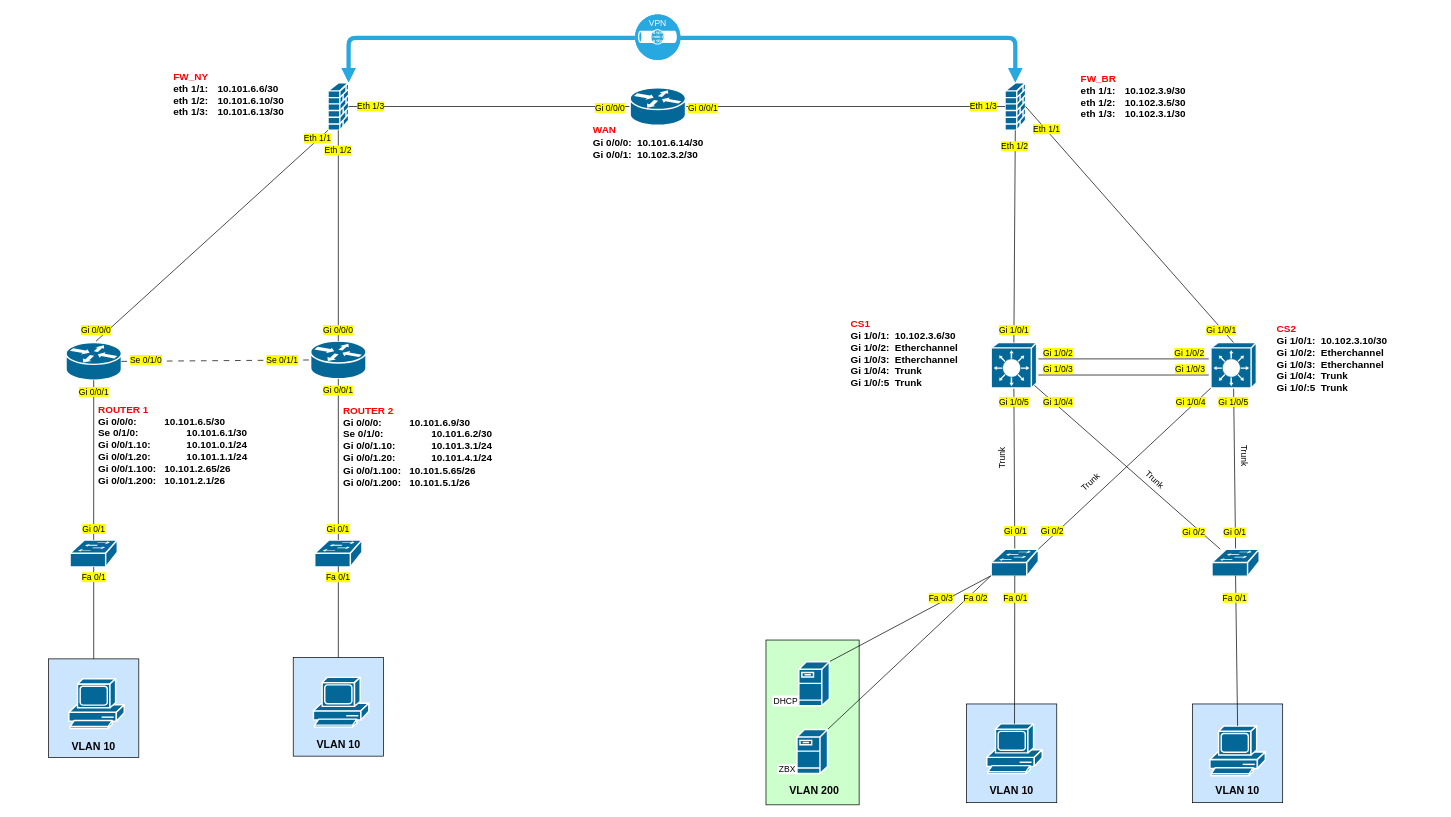
Before: Documentation/logical_topology.drawio in redactes/csn-project-2026, a draw.io diagram. Source tidied: cells renumbered, new cells numbered last; positions are measured from the earlier drawing's top-left corner, leaving out a move shared by most shapes. Both pictures are drawn from the tidied source at 71%, with x=0, y=0 at pixel (44, 12).
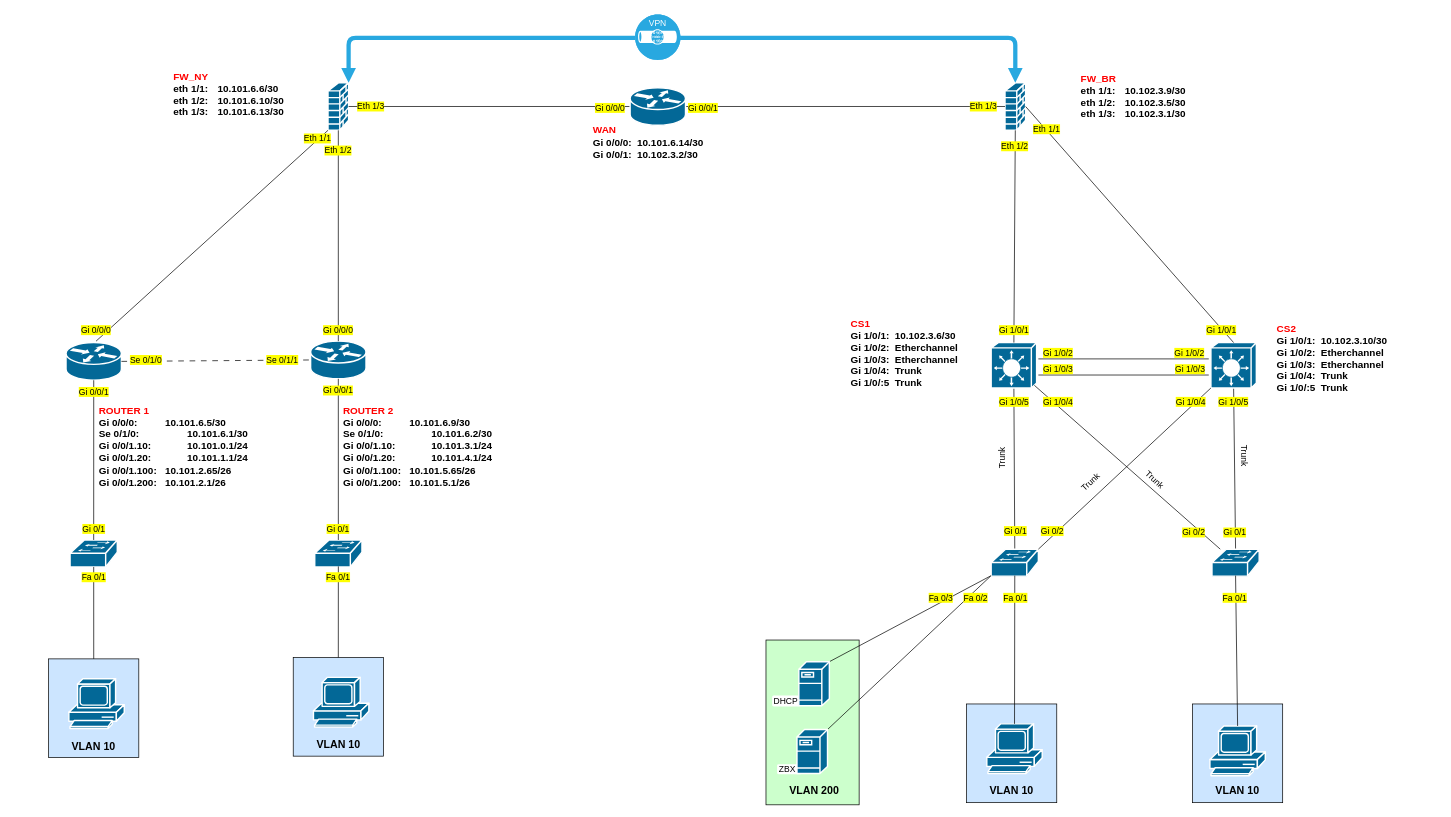
The same page after the edit.

Diff of the diagram source:
```diff
@@
-    <mxCell id="98" value="&lt;div&gt;&lt;font style=&quot;color: rgb(255, 0, 0);&quot;&gt;&lt;span style=&quot;font-size: 14px;&quot;&gt;&lt;b style=&quot;&quot;&gt;ROUTER 1&lt;/b&gt;&lt;/span&gt;&lt;/font&gt;&lt;/div&gt;&lt;font color=&quot;#000000&quot;&gt;&lt;span style=&quot;font-size: 14px;&quot;&gt;&lt;b&gt;Gi 0/0/0:&amp;nbsp;&lt;span style=&quot;white-space: pre;&quot;&gt;&#9;&lt;/span&gt;&lt;span style=&quot;white-space: pre;&quot;&gt;&#9;&lt;/span&gt;&lt;/b&gt;&lt;/span&gt;&lt;/font&gt;&lt;font color=&quot;#000000&quot;&gt;&lt;span style=&quot;font-size: 14px;&quot;&gt;&lt;b&gt;10.101.6.5/30&lt;/b&gt;&lt;/span&gt;&lt;/font&gt;&lt;div&gt;&lt;font color=&quot;#000000&quot;&gt;&lt;span style=&quot;font-size: 14px;&quot;&gt;&lt;b&gt;Se 0/1/0:&amp;nbsp;&lt;span style=&quot;white-space: pre;&quot;&gt;&#9;&lt;/span&gt;&lt;span style=&quot;white-space: pre;&quot;&gt;&#9;&lt;/span&gt;&lt;/b&gt;&lt;/span&gt;&lt;/font&gt;&lt;span style=&quot;background-color: transparent; font-size: 14px;&quot;&gt;&lt;font color=&quot;#000000&quot;&gt;&lt;b&gt;10.101.6.1/30&lt;/b&gt;&lt;/font&gt;&lt;/span&gt;&lt;/div&gt;&lt;div&gt;&lt;font color=&quot;#000000&quot;&gt;&lt;span style=&quot;font-size: 14px;&quot;&gt;&lt;b&gt;Gi 0/0/1.10:&amp;nbsp;&lt;span style=&quot;white-space: pre;&quot;&gt;&#9;&lt;/span&gt;&lt;span style=&quot;white-space: pre;&quot;&gt;&#9;&lt;/span&gt;&lt;/b&gt;&lt;/span&gt;&lt;/font&gt;&lt;span style=&quot;background-color: transparent; font-size: 14px;&quot;&gt;&lt;font color=&quot;#000000&quot;&gt;&lt;b&gt;10.101.0.1/24&lt;/b&gt;&lt;/font&gt;&lt;/span&gt;&lt;/div&gt;&lt;div&gt;&lt;font color=&quot;#000000&quot;&gt;&lt;b style=&quot;font-size: 14px;&quot;&gt;Gi 0/0/1.20:&amp;nbsp;&lt;span style=&quot;white-space: pre;&quot;&gt;&#9;&lt;/span&gt;&lt;span style=&quot;white-space: pre;&quot;&gt;&#9;&lt;/span&gt;1&lt;/b&gt;&lt;/font&gt;&lt;span style=&quot;background-color: transparent; font-size: 14px;&quot;&gt;&lt;font color=&quot;#000000&quot;&gt;&lt;b&gt;0.101.1.1/24&lt;/b&gt;&lt;/font&gt;&lt;/span&gt;&lt;/div&gt;&lt;div&gt;&lt;font color=&quot;#000000&quot;&gt;&lt;b style=&quot;font-size: 14px;&quot;&gt;Gi 0/0/1.100:&amp;nbsp;&lt;span style=&quot;white-space: pre;&quot;&gt;&#9;&lt;/span&gt;&lt;/b&gt;&lt;/font&gt;&lt;span style=&quot;background-color: transparent; font-size: 14px;&quot;&gt;&lt;font color=&quot;#000000&quot;&gt;&lt;b&gt;10.101.2.65/26&lt;/b&gt;&lt;/font&gt;&lt;/span&gt;&lt;/div&gt;&lt;div&gt;&lt;font color=&quot;#000000&quot;&gt;&lt;b style=&quot;font-size: 14px;&quot;&gt;Gi 0/0/1.200:&amp;nbsp;&lt;span style=&quot;white-space: pre;&quot;&gt;&#9;&lt;/span&gt;&lt;/b&gt;&lt;/font&gt;&lt;span style=&quot;background-color: transparent; font-size: 14px;&quot;&gt;&lt;font color=&quot;#000000&quot;&gt;&lt;b&gt;10.101.2.1/26&lt;/b&gt;&lt;/font&gt;&lt;/span&gt;&lt;/div&gt;" style="text;html=1;whiteSpace=wrap;strokeColor=none;fillColor=none;align=left;verticalAlign=middle;rounded=0;" parent="1" vertex="1">
-      <mxGeometry x="74" y="558" width="230" height="102" as="geometry" />
+    <mxCell id="98" value="&lt;blockquote style=&quot;margin: 0 0 0 40px; border: none; padding: 0px;&quot;&gt;&lt;blockquote style=&quot;margin: 0 0 0 40px; border: none; padding: 0px;&quot;&gt;&lt;blockquote style=&quot;margin: 0 0 0 40px; border: none; padding: 0px;&quot;&gt;&lt;div&gt;&lt;font style=&quot;color: rgb(255, 0, 0);&quot;&gt;&lt;span style=&quot;font-size: 14px;&quot;&gt;&lt;b style=&quot;&quot;&gt;ROUTER 1&lt;/b&gt;&lt;/span&gt;&lt;/font&gt;&lt;/div&gt;&lt;/blockquote&gt;&lt;/blockquote&gt;&lt;blockquote style=&quot;margin: 0 0 0 40px; border: none; padding: 0px;&quot;&gt;&lt;blockquote style=&quot;margin: 0 0 0 40px; border: none; padding: 0px;&quot;&gt;&lt;font color=&quot;#000000&quot;&gt;&lt;span style=&quot;font-size: 14px;&quot;&gt;&lt;b&gt;Gi 0/0/0:&amp;nbsp;&lt;span style=&quot;white-space: pre;&quot;&gt;&#9;&lt;/span&gt;&lt;span style=&quot;white-space: pre;&quot;&gt;&#9;&lt;/span&gt;&lt;/b&gt;&lt;/span&gt;&lt;/font&gt;&lt;font color=&quot;#000000&quot;&gt;&lt;span style=&quot;font-size: 14px;&quot;&gt;&lt;b&gt;10.101.6.5/30&lt;/b&gt;&lt;/span&gt;&lt;/font&gt;&lt;/blockquote&gt;&lt;/blockquote&gt;&lt;blockquote style=&quot;margin: 0 0 0 40px; border: none; padding: 0px;&quot;&gt;&lt;blockquote style=&quot;margin: 0 0 0 40px; border: none; padding: 0px;&quot;&gt;&lt;div&gt;&lt;font color=&quot;#000000&quot;&gt;&lt;span style=&quot;font-size: 14px;&quot;&gt;&lt;b&gt;Se 0/1/0:&amp;nbsp;&lt;span style=&quot;white-space: pre;&quot;&gt;&#9;&lt;/span&gt;&lt;span style=&quot;white-space: pre;&quot;&gt;&#9;&lt;/span&gt;&lt;/b&gt;&lt;/span&gt;&lt;/font&gt;&lt;span style=&quot;background-color: transparent; font-size: 14px;&quot;&gt;&lt;font color=&quot;#000000&quot;&gt;&lt;b&gt;10.101.6.1/30&lt;/b&gt;&lt;/font&gt;&lt;/span&gt;&lt;/div&gt;&lt;/blockquote&gt;&lt;/blockquote&gt;&lt;blockquote style=&quot;margin: 0 0 0 40px; border: none; padding: 0px;&quot;&gt;&lt;blockquote style=&quot;margin: 0 0 0 40px; border: none; padding: 0px;&quot;&gt;&lt;div&gt;&lt;font color=&quot;#000000&quot;&gt;&lt;span style=&quot;font-size: 14px;&quot;&gt;&lt;b&gt;Gi 0/0/1.10:&amp;nbsp;&lt;span style=&quot;white-space: pre;&quot;&gt;&#9;&lt;/span&gt;&lt;span style=&quot;white-space: pre;&quot;&gt;&#9;&lt;/span&gt;&lt;/b&gt;&lt;/span&gt;&lt;/font&gt;&lt;span style=&quot;background-color: transparent; font-size: 14px;&quot;&gt;&lt;font color=&quot;#000000&quot;&gt;&lt;b&gt;10.101.0.1/24&lt;/b&gt;&lt;/font&gt;&lt;/span&gt;&lt;/div&gt;&lt;/blockquote&gt;&lt;/blockquote&gt;&lt;blockquote style=&quot;margin: 0 0 0 40px; border: none; padding: 0px;&quot;&gt;&lt;blockquote style=&quot;margin: 0 0 0 40px; border: none; padding: 0px;&quot;&gt;&lt;div&gt;&lt;font color=&quot;#000000&quot;&gt;&lt;b style=&quot;font-size: 14px;&quot;&gt;Gi 0/0/1.20:&amp;nbsp;&lt;span style=&quot;white-space: pre;&quot;&gt;&#9;&lt;/span&gt;&lt;span style=&quot;white-space: pre;&quot;&gt;&#9;&lt;/span&gt;1&lt;/b&gt;&lt;/font&gt;&lt;span style=&quot;background-color: transparent; font-size: 14px;&quot;&gt;&lt;font color=&quot;#000000&quot;&gt;&lt;b&gt;0.101.1.1/24&lt;/b&gt;&lt;/font&gt;&lt;/span&gt;&lt;/div&gt;&lt;/blockquote&gt;&lt;/blockquote&gt;&lt;blockquote style=&quot;margin: 0 0 0 40px; border: none; padding: 0px;&quot;&gt;&lt;blockquote style=&quot;margin: 0 0 0 40px; border: none; padding: 0px;&quot;&gt;&lt;div&gt;&lt;font color=&quot;#000000&quot;&gt;&lt;b style=&quot;font-size: 14px;&quot;&gt;Gi 0/0/1.100:&amp;nbsp;&lt;span style=&quot;white-space: pre;&quot;&gt;&#9;&lt;/span&gt;&lt;/b&gt;&lt;/font&gt;&lt;span style=&quot;background-color: transparent; font-size: 14px;&quot;&gt;&lt;font color=&quot;#000000&quot;&gt;&lt;b&gt;10.101.2.65/26&lt;/b&gt;&lt;/font&gt;&lt;/span&gt;&lt;/div&gt;&lt;/blockquote&gt;&lt;/blockquote&gt;&lt;blockquote style=&quot;margin: 0 0 0 40px; border: none; padding: 0px;&quot;&gt;&lt;blockquote style=&quot;margin: 0 0 0 40px; border: none; padding: 0px;&quot;&gt;&lt;div&gt;&lt;font color=&quot;#000000&quot;&gt;&lt;b style=&quot;font-size: 14px;&quot;&gt;Gi 0/0/1.200:&amp;nbsp;&lt;span style=&quot;white-space: pre;&quot;&gt;&#9;&lt;/span&gt;&lt;/b&gt;&lt;/font&gt;&lt;span style=&quot;background-color: transparent; font-size: 14px;&quot;&gt;&lt;font color=&quot;#000000&quot;&gt;&lt;b&gt;10.101.2.1/26&lt;/b&gt;&lt;/font&gt;&lt;/span&gt;&lt;/div&gt;&lt;/blockquote&gt;&lt;/blockquote&gt;&lt;/blockquote&gt;" style="text;html=1;whiteSpace=wrap;strokeColor=none;fillColor=none;align=left;verticalAlign=middle;rounded=0;" parent="1" vertex="1">
+      <mxGeometry x="-45" y="560" width="378" height="102" as="geometry" />
     </mxCell>
```
